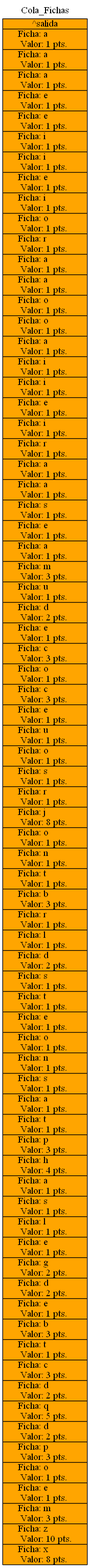
This is Graficas/Cola_Fichas.dot.png from mariotun/EDD_1S2020_PY1_201602942, a Graphviz export, as it was before one commit. Its source is kept beside it as Graficas/Cola_Fichas.dot.
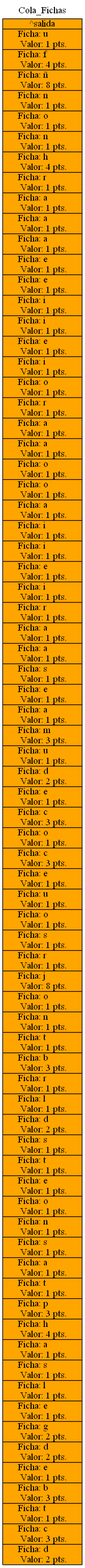
After the change.

What changed in the source:
```diff
@@ -5,7 +5,23 @@
 
 struct1[
 label="{
-^salida|Ficha: a\l
+^salida|Ficha: u\l
+ Valor: 1 pts.\l
+|Ficha: f\l
+ Valor: 4 pts.\l
+|Ficha: ñ\l
+ Valor: 8 pts.\l
+|Ficha: n\l
+ Valor: 1 pts.\l
+|Ficha: o\l
+ Valor: 1 pts.\l
+|Ficha: n\l
+ Valor: 1 pts.\l
+|Ficha: h\l
+ Valor: 4 pts.\l
+|Ficha: r\l
+ Valor: 1 pts.\l
+|Ficha: a\l
  Valor: 1 pts.\l
 |Ficha: a\l
  Valor: 1 pts.\l
@@ -139,22 +155,6 @@
  Valor: 3 pts.\l
 |Ficha: d\l
  Valor: 2 pts.\l
-|Ficha: q\l
- Valor: 5 pts.\l
-|Ficha: d\l
- Valor: 2 pts.\l
-|Ficha: p\l
- Valor: 3 pts.\l
-|Ficha: o\l
- Valor: 1 pts.\l
-|Ficha: e\l
- Valor: 1 pts.\l
-|Ficha: m\l
- Valor: 3 pts.\l
-|Ficha: z\l
- Valor: 10 pts.\l
-|Ficha: x\l
- Valor: 8 pts.\l
 }"
 ];
 }
```
